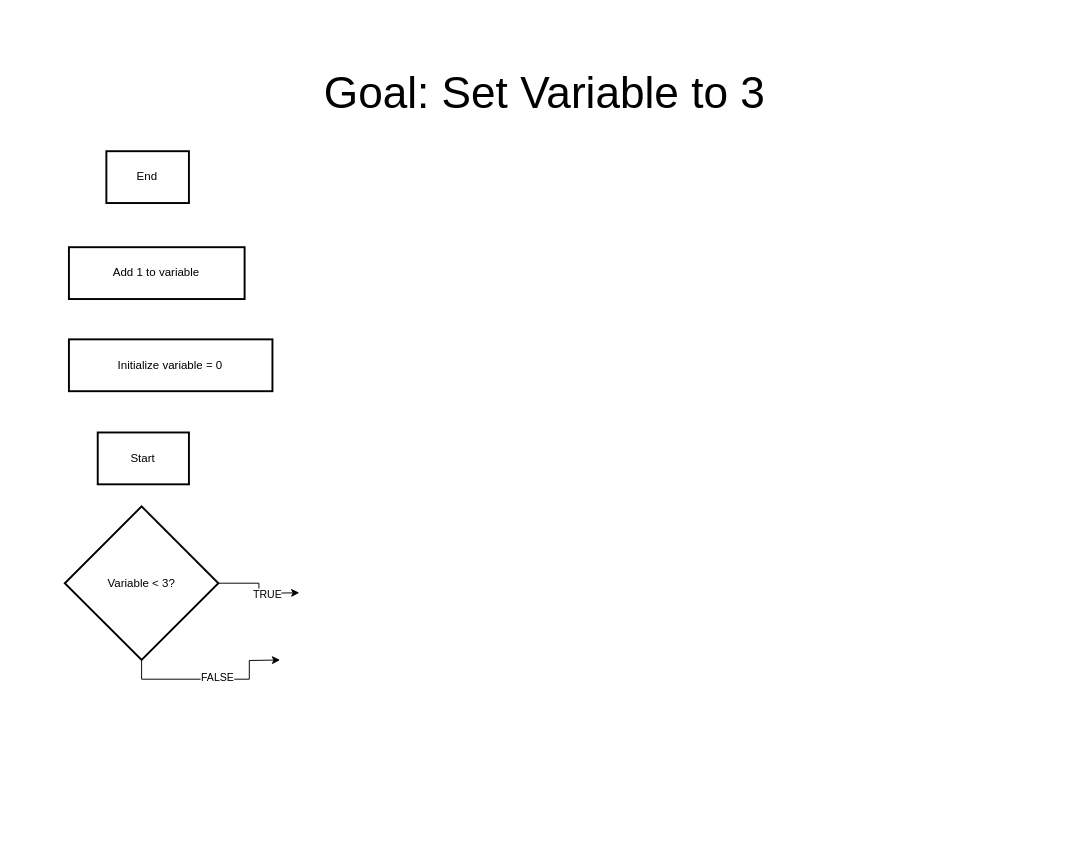
Before: Test1.drawio in tracyannboyle/interview-tests, a draw.io diagram. Source tidied: cells renumbered, new cells numbered last; positions are measured from the earlier drawing's top-left corner, leaving out a move shared by most shapes. Both pictures are drawn from the tidied source at 96%, with x=0, y=0 at pixel (64, 36).
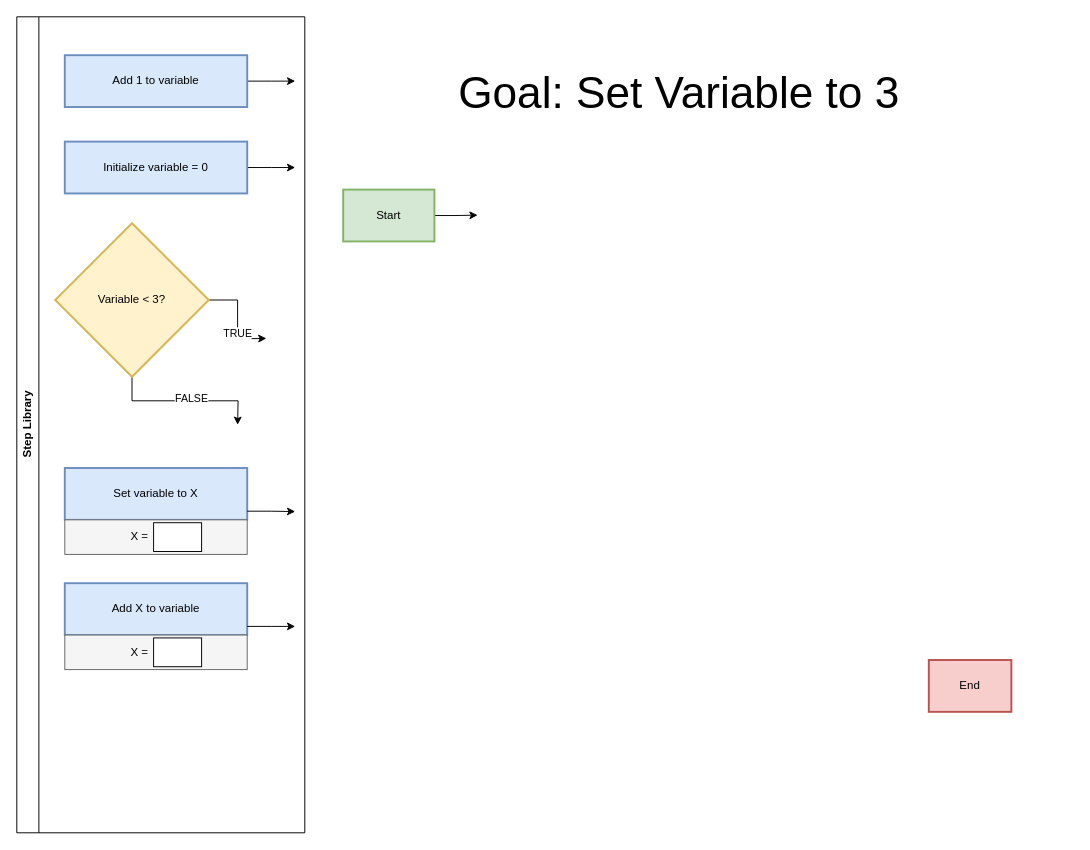
The same diagram, later.

The edit, as a diff of the source:
```diff
@@
+    <mxCell id="12" style="edgeStyle=orthogonalEdgeStyle;rounded=0;jettySize=auto;html=1;exitX=1;exitY=0.5;exitDx=0;exitDy=0;" parent="1" edge="1" source="2">
+      <mxGeometry relative="1" as="geometry">
+        <mxPoint x="430" y="186.6" as="targetPoint" />
+      </mxGeometry>
+    </mxCell>
-    <mxCell id="2" value="Start" style="whiteSpace=wrap;strokeWidth=2;" parent="1" vertex="1">
-      <mxGeometry x="34.3" y="413" width="95" height="54" as="geometry" />
+    <mxCell id="2" value="Start" style="whiteSpace=wrap;strokeWidth=2;fillColor=#d5e8d4;strokeColor=#82b366;" parent="1" vertex="1">
+      <mxGeometry x="290" y="160" width="95" height="54" as="geometry" />
     </mxCell>
+    <mxCell id="10" value="End" style="whiteSpace=wrap;strokeWidth=2;fillColor=#f8cecc;strokeColor=#b85450;" parent="1" vertex="1">
+      <mxGeometry x="900" y="650" width="86" height="54" as="geometry" />
+    </mxCell>
+    <mxCell id="11" value="&lt;font style=&quot;font-size: 46px;&quot;&gt;Goal: Set Variable to 3&lt;/font&gt;" style="text;html=1;align=center;verticalAlign=middle;whiteSpace=wrap;rounded=0;" parent="1" vertex="1">
+      <mxGeometry x="230" width="820" height="120" as="geometry" />
+    </mxCell>
+    <mxCell id="13" value="Step Library" style="swimlane;horizontal=0;whiteSpace=wrap;html=1;" parent="1" vertex="1">
+      <mxGeometry x="-50" y="-20" width="300" height="850" as="geometry" />
+    </mxCell>
+    <mxCell id="14" style="group;" parent="13" vertex="1">
+      <mxGeometry x="50" y="590" width="190" height="90" as="geometry" />
+    </mxCell>
+    <mxCell id="15" value="Add X to variable" style="whiteSpace=wrap;strokeWidth=2;fillColor=#dae8fc;strokeColor=#6c8ebf;" parent="14" vertex="1">
+      <mxGeometry width="190" height="54" as="geometry" />
+    </mxCell>
+    <mxCell id="16" style="rounded=0;whiteSpace=wrap;html=1;fillColor=#f5f5f5;fontColor=#333333;strokeColor=#666666;" parent="14" vertex="1">
+      <mxGeometry y="54" width="190" height="36" as="geometry" />
+    </mxCell>
+    <mxCell id="17" style="rounded=0;whiteSpace=wrap;html=1;" parent="14" vertex="1">
+      <mxGeometry x="92.5" y="57" width="50" height="30" as="geometry" />
+    </mxCell>
+    <mxCell id="18" value="X =" style="text;html=1;align=center;verticalAlign=middle;whiteSpace=wrap;rounded=0;" parent="14" vertex="1">
+      <mxGeometry x="47.5" y="57" width="60" height="30" as="geometry" />
+    </mxCell>
+    <mxCell id="19" style="edgeStyle=orthogonalEdgeStyle;rounded=0;jettySize=auto;html=1;" parent="1" edge="1" source="9">
+      <mxGeometry relative="1" as="geometry">
+        <mxPoint x="240" y="47" as="targetPoint" />
+      </mxGeometry>
+    </mxCell>
+    <mxCell id="9" value="Add 1 to variable" style="whiteSpace=wrap;strokeWidth=2;fillColor=#dae8fc;strokeColor=#6c8ebf;" parent="1" vertex="1">
+      <mxGeometry y="20" width="190" height="54" as="geometry" />
+    </mxCell>
+    <mxCell id="20" style="edgeStyle=orthogonalEdgeStyle;rounded=0;jettySize=auto;html=1;" parent="1" edge="1" source="3">
+      <mxGeometry relative="1" as="geometry">
+        <mxPoint x="240" y="137" as="targetPoint" />
+      </mxGeometry>
+    </mxCell>
-    <mxCell id="3" value="Initialize variable = 0" style="whiteSpace=wrap;strokeWidth=2;" parent="1" vertex="1">
-      <mxGeometry x="4.3" y="316" width="212" height="54" as="geometry" />
+    <mxCell id="3" value="Initialize variable = 0" style="whiteSpace=wrap;strokeWidth=2;fillColor=#dae8fc;strokeColor=#6c8ebf;" parent="1" vertex="1">
+      <mxGeometry y="110" width="190" height="54" as="geometry" />
     </mxCell>
     <mxCell id="4" style="edgeStyle=orthogonalEdgeStyle;rounded=0;jettySize=auto;html=1;" parent="1" edge="1" source="8">
       <mxGeometry relative="1" as="geometry">
-        <mxPoint x="244.3" y="580" as="targetPoint" />
+        <mxPoint x="210" y="315" as="targetPoint" />
       </mxGeometry>
     </mxCell>
@@
     <mxCell id="6" style="rounded=0;jettySize=auto;html=1;exitX=0.5;exitY=1;exitDx=0;exitDy=0;edgeStyle=orthogonalEdgeStyle;" parent="1" edge="1" source="8">
       <mxGeometry relative="1" as="geometry">
-        <mxPoint x="224.3" y="650" as="targetPoint" />
+        <mxPoint x="180" y="405" as="targetPoint" />
       </mxGeometry>
     </mxCell>
@@
-    <mxCell id="8" value="Variable &lt; 3?" style="rhombus;strokeWidth=2;whiteSpace=wrap;" parent="1" vertex="1">
-      <mxGeometry y="490" width="160" height="160" as="geometry" />
+    <mxCell id="8" value="Variable &lt; 3?" style="rhombus;strokeWidth=2;whiteSpace=wrap;fillColor=#fff2cc;strokeColor=#d6b656;" parent="1" vertex="1">
+      <mxGeometry x="-10" y="195" width="160" height="160" as="geometry" />
     </mxCell>
-    <mxCell id="9" value="Add 1 to variable" style="whiteSpace=wrap;strokeWidth=2;" parent="1" vertex="1">
-      <mxGeometry x="4.3" y="220" width="183" height="54" as="geometry" />
-    </mxCell>
-    <mxCell id="10" value="End" style="whiteSpace=wrap;strokeWidth=2;" parent="1" vertex="1">
-      <mxGeometry x="43.3" y="120" width="86" height="54" as="geometry" />
-    </mxCell>
-    <mxCell id="11" value="&lt;font style=&quot;font-size: 46px;&quot;&gt;Goal: Set Variable to 3&lt;/font&gt;" style="text;html=1;align=center;verticalAlign=middle;whiteSpace=wrap;rounded=0;" parent="1" vertex="1">
-      <mxGeometry x="255" width="490" height="120" as="geometry" />
-    </mxCell>
+    <mxCell id="21" parent="0" />
+    <mxCell id="22" style="group;" parent="21" vertex="1">
+      <mxGeometry y="450" width="190" height="90" as="geometry" />
+    </mxCell>
+    <mxCell id="23" value="Set variable to X" style="whiteSpace=wrap;strokeWidth=2;fillColor=#dae8fc;strokeColor=#6c8ebf;" parent="22" vertex="1">
+      <mxGeometry width="190" height="54" as="geometry" />
+    </mxCell>
+    <mxCell id="24" style="rounded=0;whiteSpace=wrap;html=1;fillColor=#f5f5f5;fontColor=#333333;strokeColor=#666666;" parent="22" vertex="1">
+      <mxGeometry y="54" width="190" height="36" as="geometry" />
+    </mxCell>
+    <mxCell id="25" style="rounded=0;whiteSpace=wrap;html=1;" parent="22" vertex="1">
+      <mxGeometry x="92.5" y="57" width="50" height="30" as="geometry" />
+    </mxCell>
+    <mxCell id="26" value="X =" style="text;html=1;align=center;verticalAlign=middle;whiteSpace=wrap;rounded=0;" parent="22" vertex="1">
+      <mxGeometry x="47.5" y="57" width="60" height="30" as="geometry" />
+    </mxCell>
+    <mxCell id="27" style="edgeStyle=orthogonalEdgeStyle;rounded=0;jettySize=auto;html=1;" parent="21" edge="1" source="14">
+      <mxGeometry relative="1" as="geometry">
+        <mxPoint x="240" y="615" as="targetPoint" />
+      </mxGeometry>
+    </mxCell>
+    <mxCell id="28" style="edgeStyle=orthogonalEdgeStyle;rounded=0;jettySize=auto;html=1;exitX=1;exitY=0.5;exitDx=0;exitDy=0;" parent="21" edge="1" source="22">
+      <mxGeometry relative="1" as="geometry">
+        <mxPoint x="240" y="495.4" as="targetPoint" />
+      </mxGeometry>
+    </mxCell>
+    <mxCell id="29" parent="0" />
```
